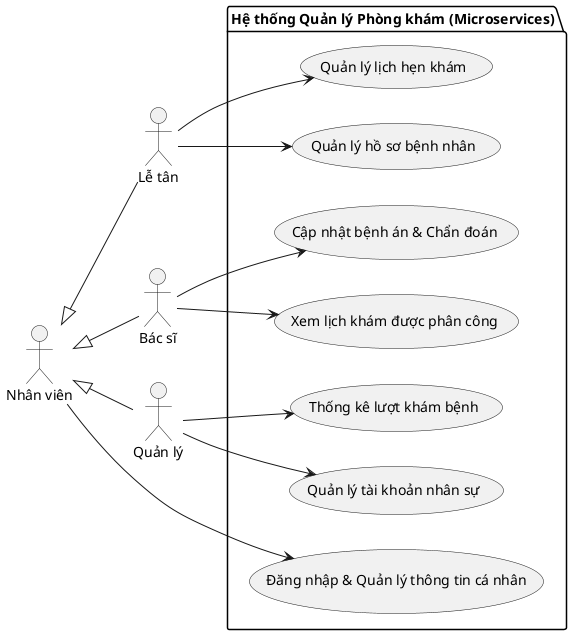
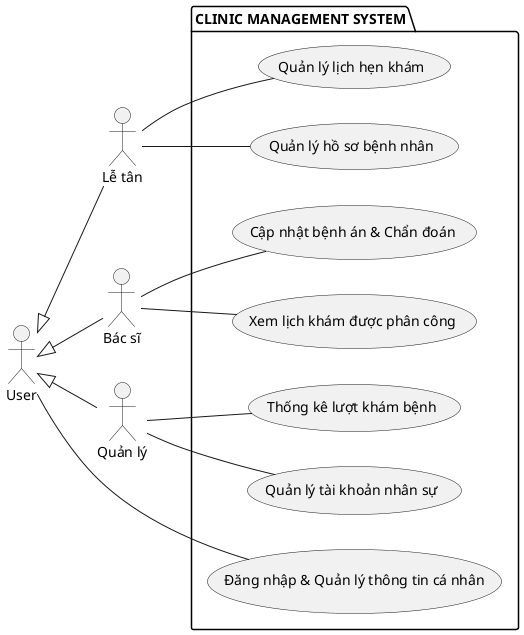
@startuml
left to right direction

actor "Lễ tân" as rcpt
actor "Bác sĩ" as doc
actor "Quản lý" as admin
- actor "Nhân viên" as staff
+ actor "User" as staff

rcpt -up-|> staff
doc -up-|> staff
admin -up-|> staff

- package "Hệ thống Quản lý Phòng khám (Microservices)" {
+ package "CLINIC MANAGEMENT SYSTEM" {
  usecase "Đăng nhập & Quản lý thông tin cá nhân" as UC_Login

  usecase "Quản lý hồ sơ bệnh nhân" as UC1
  usecase "Quản lý lịch hẹn khám" as UC2

  usecase "Xem lịch khám được phân công" as UC4
  usecase "Cập nhật bệnh án & Chẩn đoán" as UC5

  usecase "Quản lý tài khoản nhân sự" as UC7
  usecase "Thống kê lượt khám bệnh" as UC9
}

- staff --> UC_Login
+ staff -- UC_Login

- rcpt --> UC1
- rcpt --> UC2
+ rcpt -- UC1
+ rcpt -- UC2

- doc --> UC4
- doc --> UC5
+ doc -- UC4
+ doc -- UC5

- admin --> UC7
- admin --> UC9
+ admin -- UC7
+ admin -- UC9
@enduml